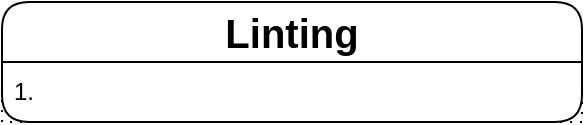
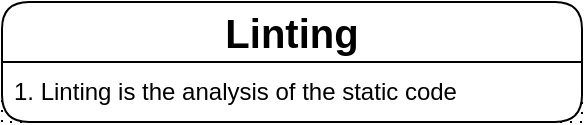
<mxfile host="65bd71144e">
    <diagram id="ZhKkhd1av7G-Th23EFbv" name="Page-1">
        <mxGraphModel dx="648" dy="475" grid="1" gridSize="10" guides="1" tooltips="1" connect="1" arrows="1" fold="1" page="1" pageScale="1" pageWidth="827" pageHeight="1169" background="#ffffff" math="0" shadow="0">
            <root>
                <mxCell id="0"/>
                <mxCell id="1" parent="0"/>
                <mxCell id="2" value="&lt;b&gt;&lt;font style=&quot;font-size: 20px;&quot;&gt;Linting&lt;/font&gt;&lt;/b&gt;" style="swimlane;fontStyle=0;childLayout=stackLayout;horizontal=1;startSize=30;horizontalStack=0;resizeParent=1;resizeParentMax=0;resizeLast=0;collapsible=1;marginBottom=0;whiteSpace=wrap;html=1;rounded=1;" vertex="1" parent="1">
                    <mxGeometry x="210" y="90" width="290" height="60" as="geometry"/>
                </mxCell>
-                 <mxCell id="3" value="1.&amp;nbsp;" style="text;strokeColor=default;fillColor=none;align=left;verticalAlign=middle;spacingLeft=4;spacingRight=4;overflow=hidden;points=[[0,0.5],[1,0.5]];portConstraint=eastwest;rotatable=0;whiteSpace=wrap;html=1;dashed=1;dashPattern=1 4;" vertex="1" parent="2">
+                 <mxCell id="3" value="1. Linting is the analysis of the static code" style="text;strokeColor=default;fillColor=none;align=left;verticalAlign=middle;spacingLeft=4;spacingRight=4;overflow=hidden;points=[[0,0.5],[1,0.5]];portConstraint=eastwest;rotatable=0;whiteSpace=wrap;html=1;dashed=1;dashPattern=1 4;" vertex="1" parent="2">
                    <mxGeometry y="30" width="290" height="30" as="geometry"/>
                </mxCell>
            </root>
        </mxGraphModel>
    </diagram>
</mxfile>